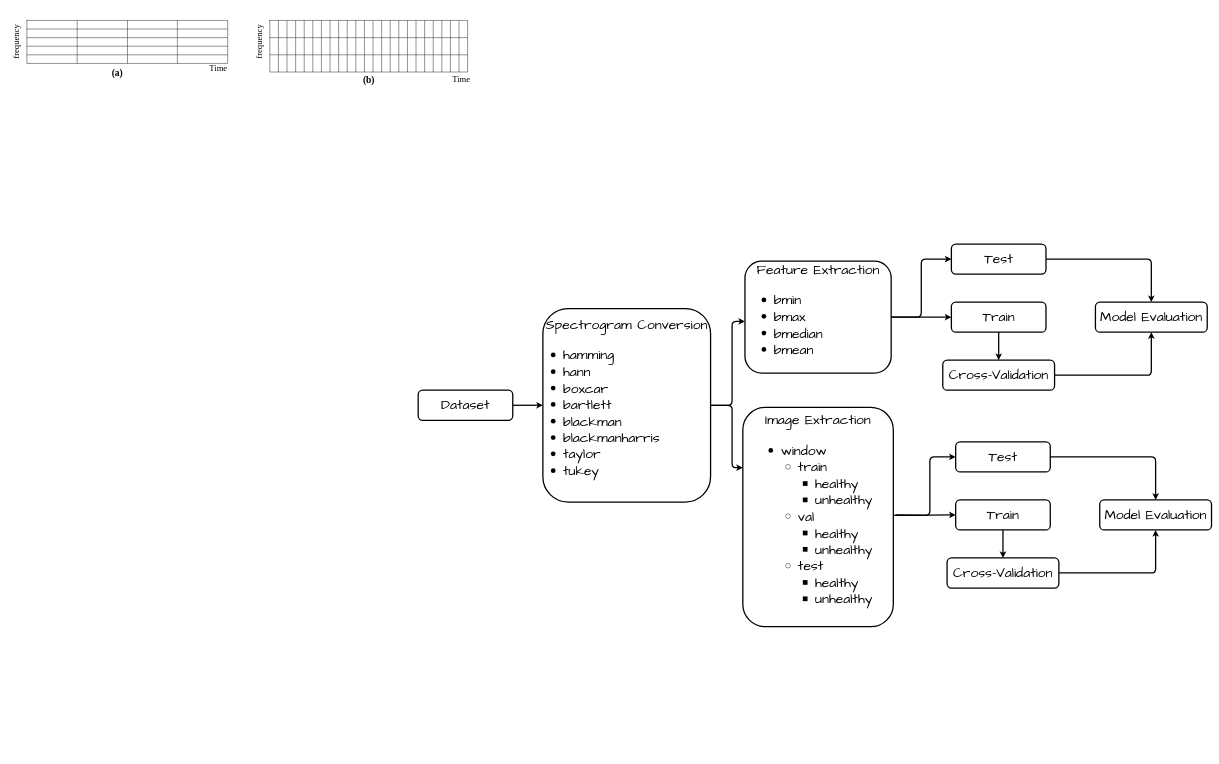
This is sxx-diagrams.drawio from albas99/Fourier-Transform, a draw.io file, before an edit. Source tidied: cells renumbered, new cells numbered last; positions are measured from the earlier drawing's top-left corner, leaving out a move shared by most shapes. Both pictures are drawn from the tidied source at 43%, with x=0, y=0 at pixel (-6, 7).
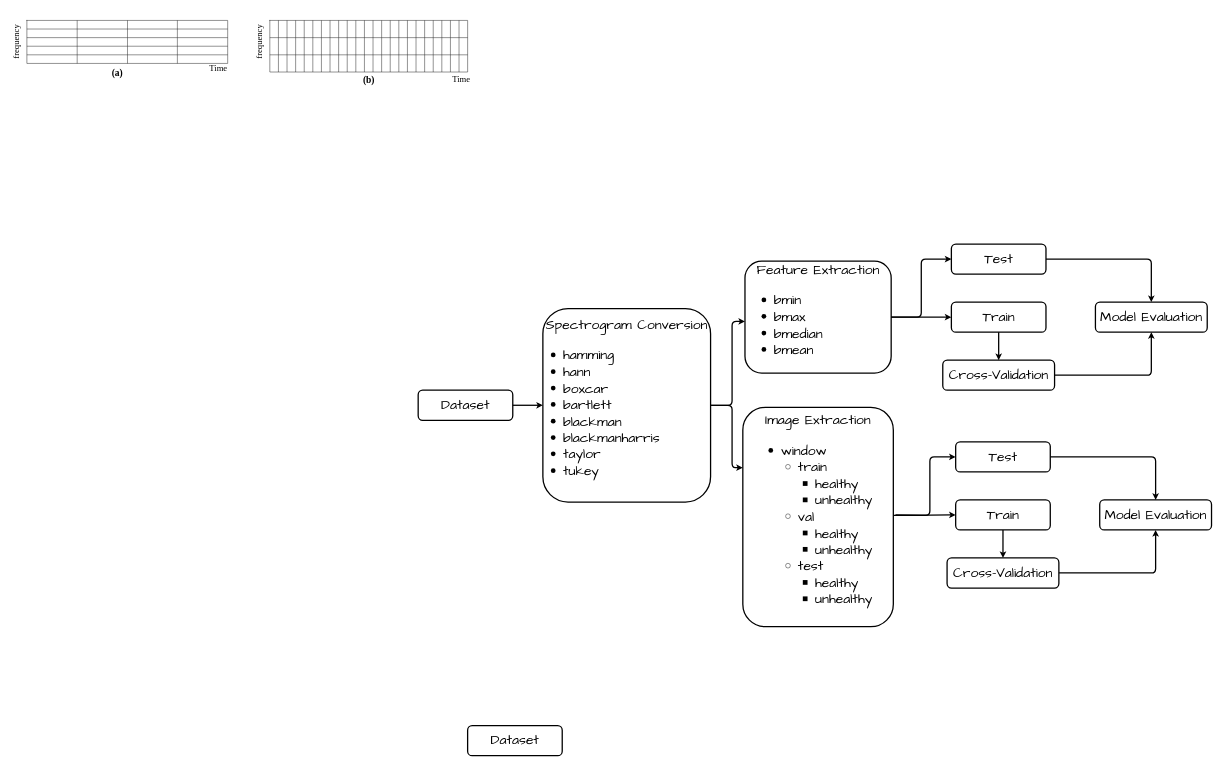
The same page after the edit.

The edit, as a diff of the source:
```diff
@@
+    <mxCell id="134" value="Dataset" style="rounded=1;whiteSpace=wrap;html=1;fontSize=32;fontFamily=Comic Sans MS;fillColor=none;strokeWidth=3;" parent="1" vertex="1">
+      <mxGeometry x="1100" y="1670" width="220" height="70" as="geometry" />
+    </mxCell>
```
